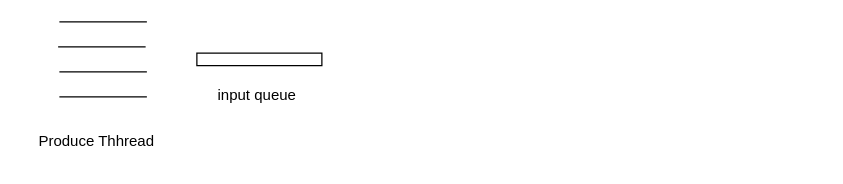
This is multi-thread-sequence.drawio from zhaoning999/notes, a draw.io file, before an edit. Source tidied: cells renumbered, new cells numbered last; positions are measured from the earlier drawing's top-left corner, leaving out a move shared by most shapes. Both pictures are drawn from the tidied source at 125%, with x=0, y=0 at pixel (21, 21).
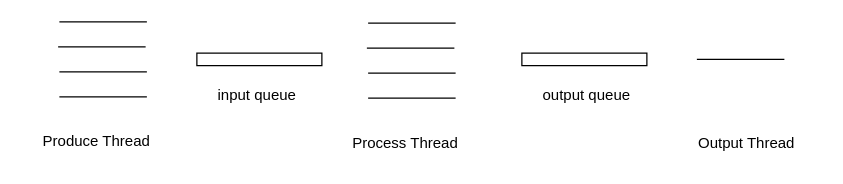
Above is the later version.

What changed in the source:
```diff
@@
-    <mxCell id="2" value="Produce Thhread" style="text;html=1;strokeColor=none;fillColor=none;align=center;verticalAlign=middle;whiteSpace=wrap;rounded=0;" parent="1" vertex="1">
+    <mxCell id="2" value="Produce Thread" style="text;html=1;strokeColor=none;fillColor=none;align=center;verticalAlign=middle;whiteSpace=wrap;rounded=0;" parent="1" vertex="1">
       <mxGeometry y="81" width="120" height="30" as="geometry" />
     </mxCell>
@@
+    <mxCell id="9" value="Process Thread" style="text;html=1;strokeColor=none;fillColor=none;align=center;verticalAlign=middle;whiteSpace=wrap;rounded=0;" parent="1" vertex="1">
+      <mxGeometry x="247" y="82" width="120" height="30" as="geometry" />
+    </mxCell>
+    <mxCell id="10" style="endArrow=none;html=1;rounded=0;" parent="1" edge="1">
+      <mxGeometry relative="1" as="geometry">
+        <mxPoint x="277" y="1" as="sourcePoint" />
+        <mxPoint x="347" y="1" as="targetPoint" />
+      </mxGeometry>
+    </mxCell>
+    <mxCell id="11" style="endArrow=none;html=1;rounded=0;" parent="1" edge="1">
+      <mxGeometry relative="1" as="geometry">
+        <mxPoint x="276" y="21" as="sourcePoint" />
+        <mxPoint x="346" y="21" as="targetPoint" />
+      </mxGeometry>
+    </mxCell>
+    <mxCell id="12" style="endArrow=none;html=1;rounded=0;" parent="1" edge="1">
+      <mxGeometry relative="1" as="geometry">
+        <mxPoint x="277" y="41" as="sourcePoint" />
+        <mxPoint x="347" y="41" as="targetPoint" />
+      </mxGeometry>
+    </mxCell>
+    <mxCell id="13" style="endArrow=none;html=1;rounded=0;" parent="1" edge="1">
+      <mxGeometry relative="1" as="geometry">
+        <mxPoint x="277" y="61" as="sourcePoint" />
+        <mxPoint x="347" y="61" as="targetPoint" />
+      </mxGeometry>
+    </mxCell>
+    <mxCell id="14" style="rounded=0;whiteSpace=wrap;html=1;" parent="1" vertex="1">
+      <mxGeometry x="400" y="25" width="100" height="10" as="geometry" />
+    </mxCell>
+    <mxCell id="15" value="output queue" style="text;whiteSpace=wrap;html=1;" parent="1" vertex="1">
+      <mxGeometry x="415" y="45" width="75" height="20" as="geometry" />
+    </mxCell>
+    <mxCell id="16" style="endArrow=none;html=1;rounded=0;" parent="1" edge="1">
+      <mxGeometry relative="1" as="geometry">
+        <mxPoint x="540" y="30" as="sourcePoint" />
+        <mxPoint x="610" y="30" as="targetPoint" />
+      </mxGeometry>
+    </mxCell>
+    <mxCell id="17" value="Output Thread" style="text;html=1;strokeColor=none;fillColor=none;align=center;verticalAlign=middle;whiteSpace=wrap;rounded=0;" parent="1" vertex="1">
+      <mxGeometry x="520" y="82" width="120" height="30" as="geometry" />
+    </mxCell>
```
